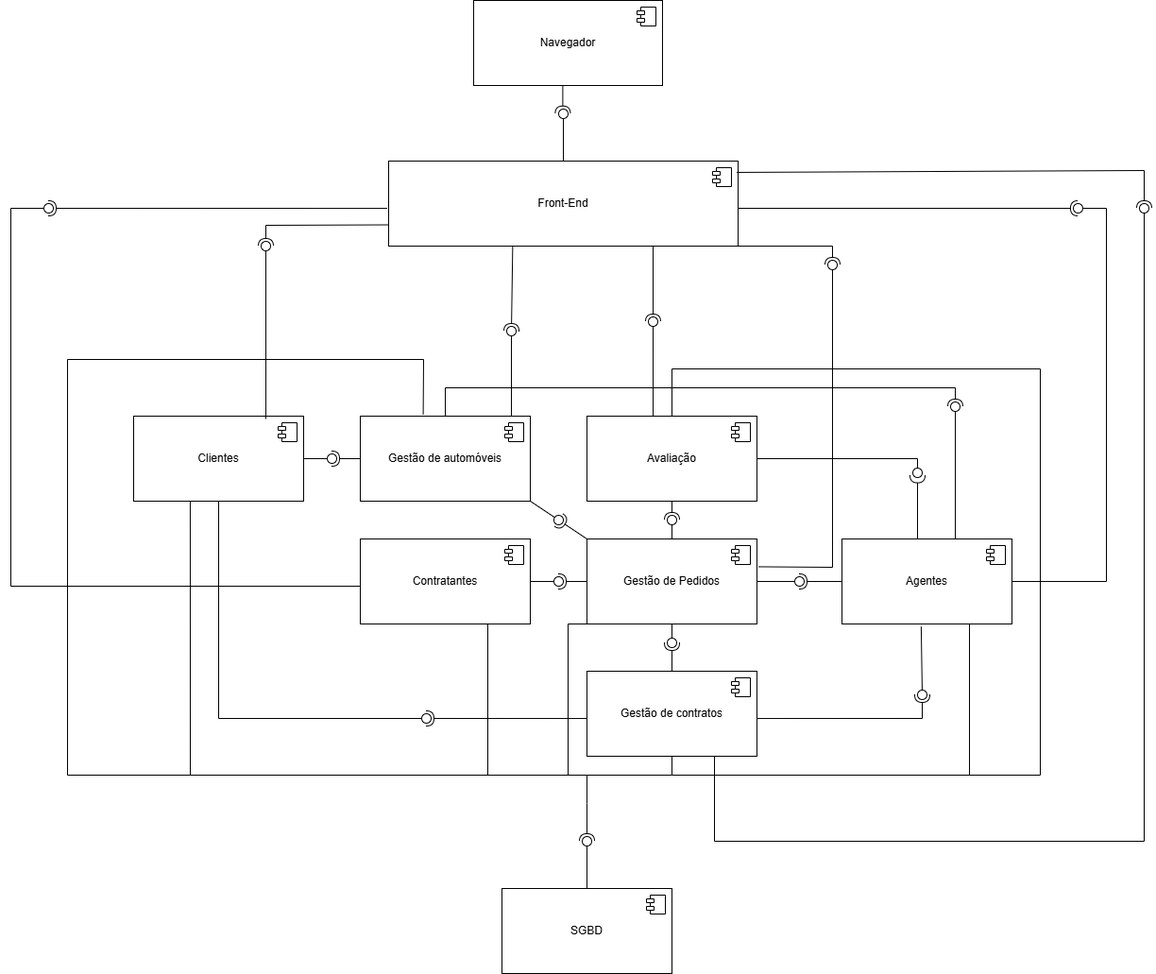
This is docs/diagramas/componentes/diagrama de componentes.png from barbaragncarvalho/Aluguel-de-Automoveis, a draw.io export, as it was before one commit. Source tidied: cells renumbered, new cells last; positions are measured from the earlier drawing's top-left corner, leaving out a move shared by most shapes.
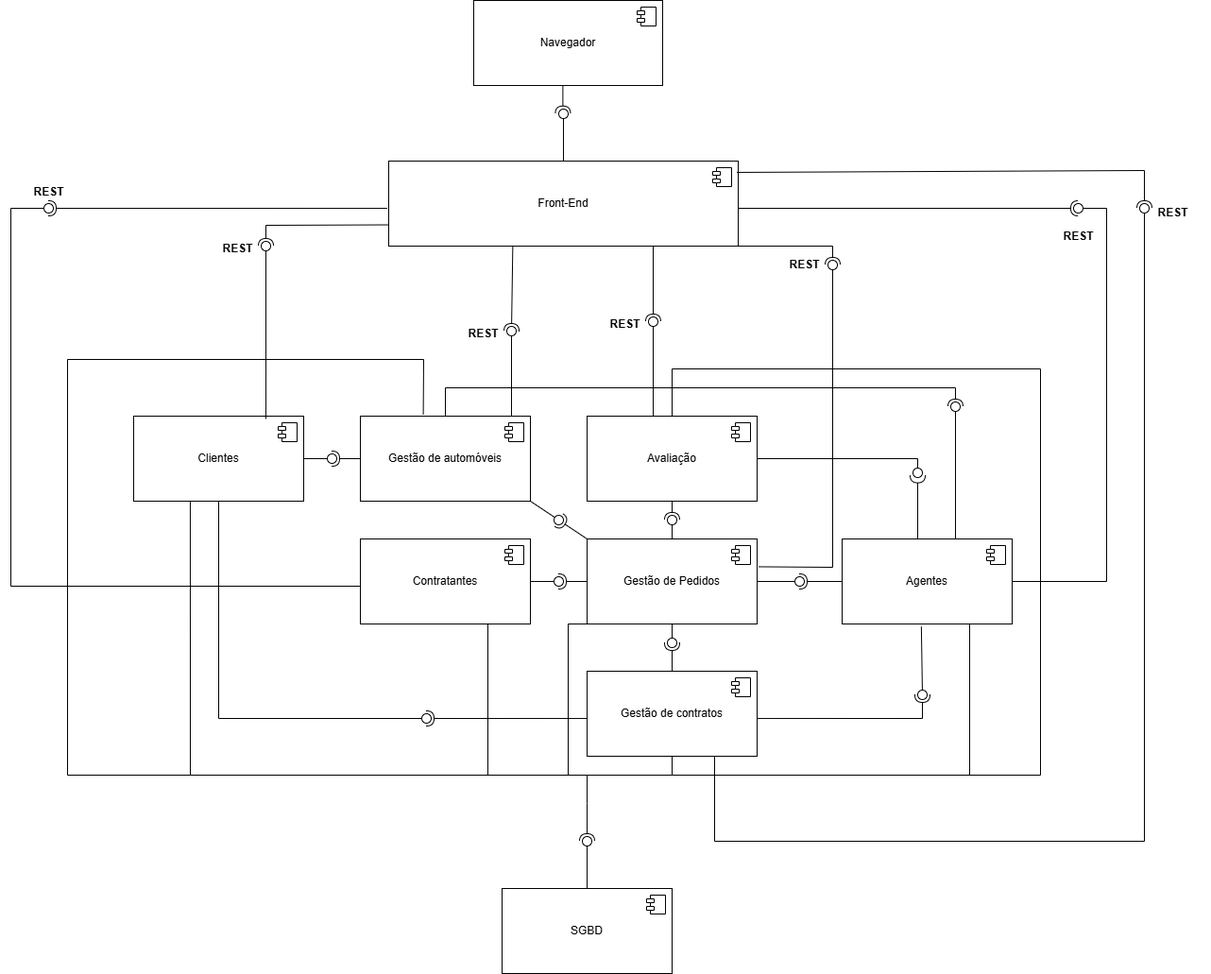
Above is the later version.

Commit message:
atualização do diagrama de componentes

Change to the diagram source:
```diff
@@ -429,5 +429,26 @@
     <mxCell id="86" style="ellipse;whiteSpace=wrap;html=1;align=center;fillColor=none;strokeColor=none;perimeter=centerPerimeter;" parent="1" vertex="1">
       <mxGeometry x="655" y="80" width="10" height="10" as="geometry" />
     </mxCell>
+    <mxCell id="87" value="REST" style="text;align=center;fontStyle=1;verticalAlign=middle;spacingLeft=3;spacingRight=3;strokeColor=none;html=1;" parent="1" vertex="1">
+      <mxGeometry y="190" width="80" height="26" as="geometry" />
+    </mxCell>
+    <mxCell id="88" value="REST" style="text;align=center;fontStyle=1;verticalAlign=middle;spacingLeft=3;spacingRight=3;strokeColor=none;html=1;" parent="1" vertex="1">
+      <mxGeometry x="200" y="250" width="80" height="26" as="geometry" />
+    </mxCell>
+    <mxCell id="89" value="REST" style="text;align=center;fontStyle=1;verticalAlign=middle;spacingLeft=3;spacingRight=3;strokeColor=none;html=1;" parent="1" vertex="1">
+      <mxGeometry x="460" y="340" width="80" height="26" as="geometry" />
+    </mxCell>
+    <mxCell id="90" value="REST" style="text;align=center;fontStyle=1;verticalAlign=middle;spacingLeft=3;spacingRight=3;strokeColor=none;html=1;" parent="1" vertex="1">
+      <mxGeometry x="610" y="330" width="80" height="26" as="geometry" />
+    </mxCell>
+    <mxCell id="91" value="REST" style="text;align=center;fontStyle=1;verticalAlign=middle;spacingLeft=3;spacingRight=3;strokeColor=none;html=1;" parent="1" vertex="1">
+      <mxGeometry x="800" y="260" width="80" height="40" as="geometry" />
+    </mxCell>
+    <mxCell id="92" value="REST" style="text;align=center;fontStyle=1;verticalAlign=middle;spacingLeft=3;spacingRight=3;strokeColor=none;html=1;" parent="1" vertex="1">
+      <mxGeometry x="1090" y="230" width="80" height="40" as="geometry" />
+    </mxCell>
+    <mxCell id="93" value="REST" style="text;align=center;fontStyle=1;verticalAlign=middle;spacingLeft=3;spacingRight=3;strokeColor=none;html=1;" parent="1" vertex="1">
+      <mxGeometry x="1190" y="205" width="80" height="40" as="geometry" />
+    </mxCell>
   </root>
 </mxGraphModel>
```
